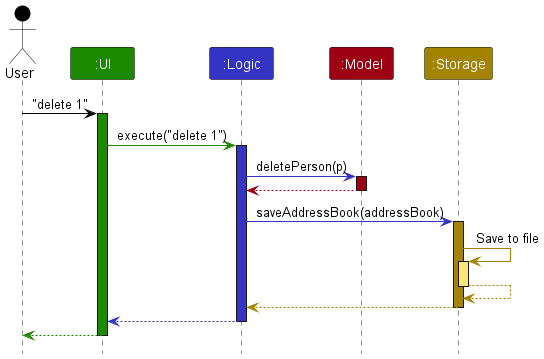
Above: docs/images/ArchitectureSequenceDiagram.png in oeggy03/tp (PlantUML), before the change. Its diagram source:
```plantuml
@startuml
!include style.puml
skinparam ArrowFontStyle plain

Actor User as user USER_COLOR
Participant ":UI" as ui UI_COLOR
Participant ":Logic" as logic LOGIC_COLOR
Participant ":Model" as model MODEL_COLOR
Participant ":Storage" as storage STORAGE_COLOR

user -[USER_COLOR]> ui : "delete 1"
activate ui UI_COLOR

ui -[UI_COLOR]> logic : execute("delete 1")
activate logic LOGIC_COLOR

logic -[LOGIC_COLOR]> model : deletePerson(p)
activate model MODEL_COLOR

model -[MODEL_COLOR]-> logic
deactivate model

logic -[LOGIC_COLOR]> storage : saveAddressBook(addressBook)
activate storage STORAGE_COLOR

storage -[STORAGE_COLOR]> storage : Save to file
activate storage STORAGE_COLOR_T1
storage --[STORAGE_COLOR]> storage
deactivate storage

storage --[STORAGE_COLOR]> logic
deactivate storage

logic --[LOGIC_COLOR]> ui
deactivate logic

ui--[UI_COLOR]> user
deactivate ui
@enduml
```
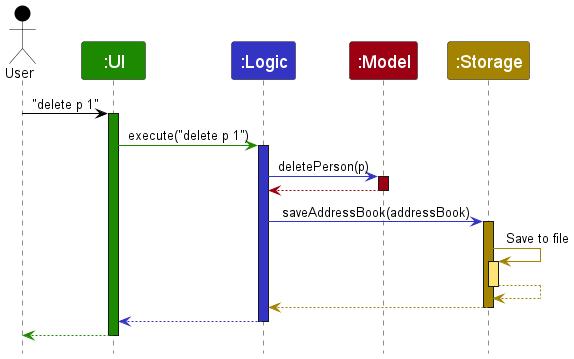
The same file after the commit.

Commit message:
Update some diagrams of the DG, and change "delete 1" to "delete p 1" as previous command was incorrect

Diff of the diagram source:
```diff
@@ -8,10 +8,10 @@
 Participant ":Model" as model MODEL_COLOR
 Participant ":Storage" as storage STORAGE_COLOR
 
-user -[USER_COLOR]> ui : "delete 1"
+user -[USER_COLOR]> ui : "delete p 1"
 activate ui UI_COLOR
 
-ui -[UI_COLOR]> logic : execute("delete 1")
+ui -[UI_COLOR]> logic : execute("delete p 1")
 activate logic LOGIC_COLOR
 
 logic -[LOGIC_COLOR]> model : deletePerson(p)
```
